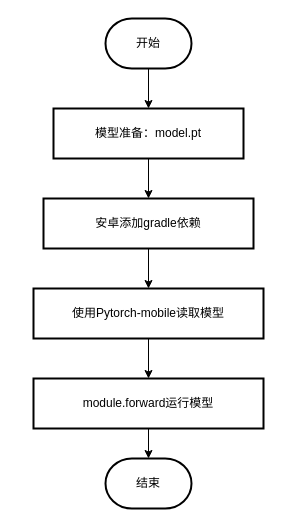
The draw.io diagram pytorch-mobile.drawio in Bright-Hsu/Real-Time-Trans-Server, before the edit. Source tidied: cells renumbered, new cells numbered last; positions are measured from the earlier drawing's top-left corner, leaving out a move shared by most shapes. Both pictures are drawn from the tidied source at 100%, with x=0, y=0 at pixel (33, 18).
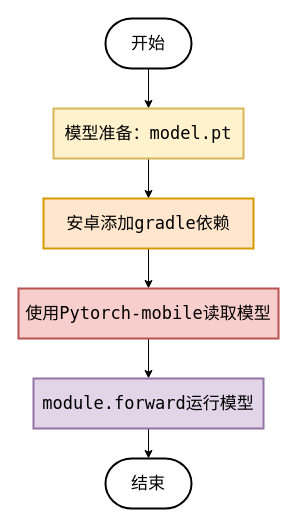
Above is the later version.

The edit, as a diff of the source:
```diff
@@
 <mxGraphModel>
   <root>
     <mxCell id="0" />
     <mxCell id="1" parent="0" />
-    <mxCell id="2" style="edgeStyle=orthogonalEdgeStyle;rounded=0;jettySize=auto;html=1;" parent="1" edge="1" source="3" target="5">
+    <mxCell id="2" style="edgeStyle=orthogonalEdgeStyle;rounded=0;jettySize=auto;html=1;fontFamily=Lucida Console;fontSize=17;" parent="1" edge="1" source="3" target="5">
       <mxGeometry relative="1" as="geometry" />
     </mxCell>
-    <mxCell id="3" value="开始" style="strokeWidth=2;html=1;shape=mxgraph.flowchart.terminator;whiteSpace=wrap;" parent="1" vertex="1">
+    <mxCell id="3" value="开始" style="strokeWidth=2;html=1;shape=mxgraph.flowchart.terminator;whiteSpace=wrap;fontFamily=Lucida Console;fontSize=17;" parent="1" vertex="1">
       <mxGeometry x="72" width="86" height="50" as="geometry" />
     </mxCell>
-    <mxCell id="4" style="edgeStyle=orthogonalEdgeStyle;rounded=0;jettySize=auto;html=1;" parent="1" edge="1" source="5" target="7">
+    <mxCell id="4" style="edgeStyle=orthogonalEdgeStyle;rounded=0;jettySize=auto;html=1;fontFamily=Lucida Console;fontSize=17;" parent="1" edge="1" source="5" target="7">
       <mxGeometry relative="1" as="geometry" />
     </mxCell>
-    <mxCell id="5" value="模型准备：model.pt" style="whiteSpace=wrap;html=1;strokeWidth=2;" parent="1" vertex="1">
+    <mxCell id="5" value="模型准备：model.pt" style="whiteSpace=wrap;html=1;strokeWidth=2;fontFamily=Lucida Console;fontSize=17;fillColor=#fff2cc;strokeColor=#d6b656;" parent="1" vertex="1">
       <mxGeometry x="20" y="90" width="190" height="50" as="geometry" />
     </mxCell>
-    <mxCell id="6" style="edgeStyle=orthogonalEdgeStyle;rounded=0;jettySize=auto;html=1;" parent="1" edge="1" source="7" target="9">
+    <mxCell id="6" style="edgeStyle=orthogonalEdgeStyle;rounded=0;jettySize=auto;html=1;fontFamily=Lucida Console;fontSize=17;" parent="1" edge="1" source="7" target="9">
       <mxGeometry relative="1" as="geometry" />
     </mxCell>
-    <mxCell id="7" value="安卓添加gradle依赖" style="whiteSpace=wrap;html=1;strokeWidth=2;" parent="1" vertex="1">
+    <mxCell id="7" value="安卓添加gradle依赖" style="whiteSpace=wrap;html=1;strokeWidth=2;fontFamily=Lucida Console;fontSize=17;fillColor=#ffe6cc;strokeColor=#d79b00;" parent="1" vertex="1">
       <mxGeometry x="10" y="180" width="210" height="50" as="geometry" />
     </mxCell>
-    <mxCell id="8" style="edgeStyle=orthogonalEdgeStyle;rounded=0;jettySize=auto;html=1;" parent="1" edge="1" source="9" target="11">
+    <mxCell id="8" style="edgeStyle=orthogonalEdgeStyle;rounded=0;jettySize=auto;html=1;fontFamily=Lucida Console;fontSize=17;" parent="1" edge="1" source="9" target="11">
       <mxGeometry relative="1" as="geometry" />
     </mxCell>
-    <mxCell id="9" value="使用Pytorch-mobile读取模型" style="whiteSpace=wrap;html=1;strokeWidth=2;" parent="1" vertex="1">
-      <mxGeometry y="270" width="230" height="50" as="geometry" />
+    <mxCell id="9" value="使用Pytorch-mobile读取模型" style="whiteSpace=wrap;html=1;strokeWidth=2;fontFamily=Lucida Console;fontSize=17;fillColor=#f8cecc;strokeColor=#b85450;" parent="1" vertex="1">
+      <mxGeometry x="-15" y="270" width="260" height="50" as="geometry" />
     </mxCell>
-    <mxCell id="10" style="edgeStyle=orthogonalEdgeStyle;rounded=0;jettySize=auto;html=1;entryX=0.5;entryY=0;entryDx=0;entryDy=0;entryPerimeter=0;" parent="1" edge="1" source="11" target="12">
+    <mxCell id="10" style="edgeStyle=orthogonalEdgeStyle;rounded=0;jettySize=auto;html=1;entryX=0.5;entryY=0;entryDx=0;entryDy=0;entryPerimeter=0;fontFamily=Lucida Console;fontSize=17;" parent="1" edge="1" source="11" target="12">
       <mxGeometry relative="1" as="geometry" />
     </mxCell>
-    <mxCell id="11" value="module.forward运行模型" style="whiteSpace=wrap;html=1;strokeWidth=2;" parent="1" vertex="1">
+    <mxCell id="11" value="module.forward运行模型" style="whiteSpace=wrap;html=1;strokeWidth=2;fontFamily=Lucida Console;fontSize=17;fillColor=#e1d5e7;strokeColor=#9673a6;" parent="1" vertex="1">
       <mxGeometry y="360" width="230" height="50" as="geometry" />
     </mxCell>
-    <mxCell id="12" value="结束" style="strokeWidth=2;html=1;shape=mxgraph.flowchart.terminator;whiteSpace=wrap;" parent="1" vertex="1">
+    <mxCell id="12" value="结束" style="strokeWidth=2;html=1;shape=mxgraph.flowchart.terminator;whiteSpace=wrap;fontFamily=Lucida Console;fontSize=17;" parent="1" vertex="1">
       <mxGeometry x="72" y="440" width="86" height="50" as="geometry" />
     </mxCell>
   </root>
 </mxGraphModel>
```
